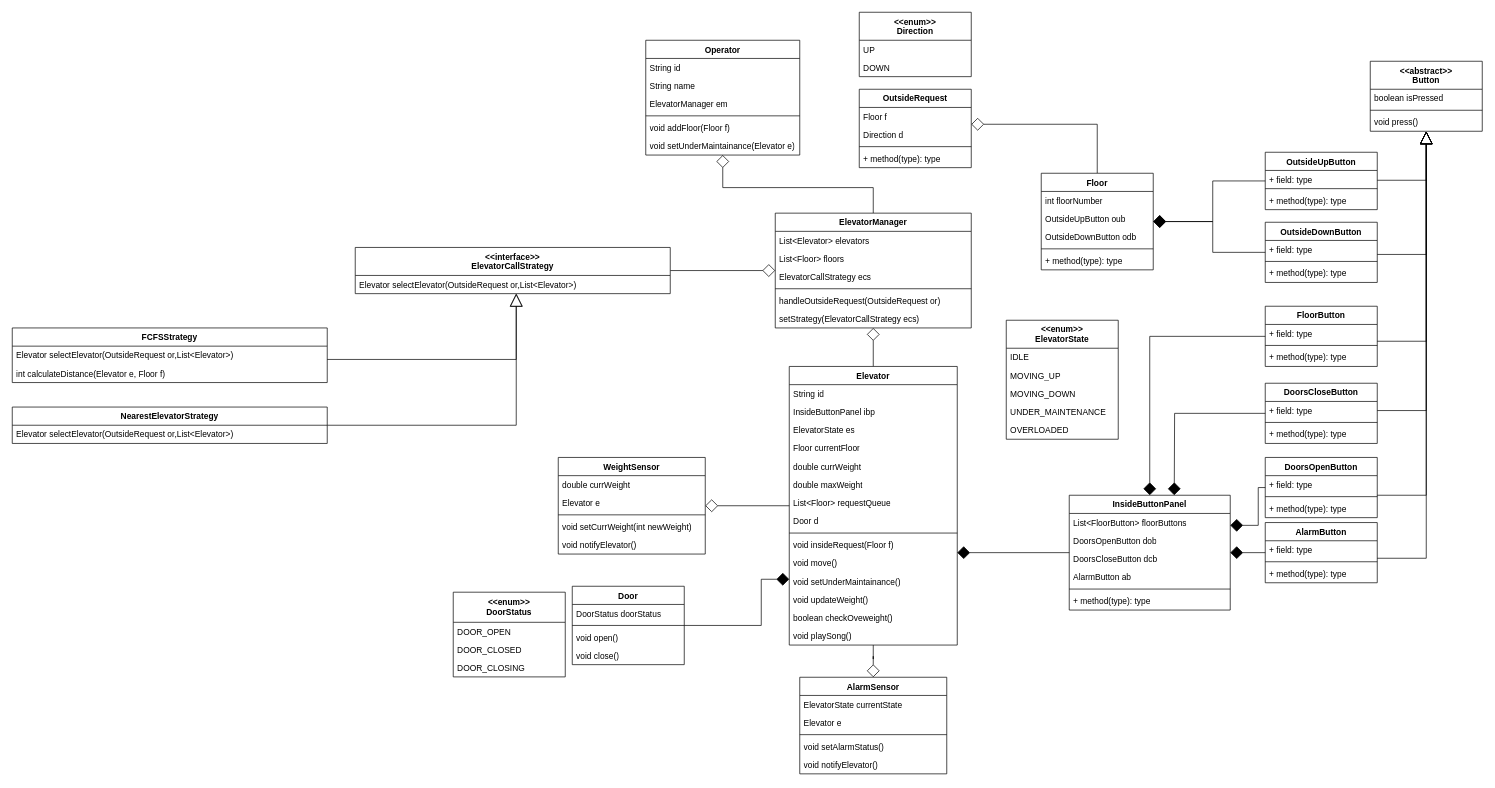
Before: Elevator.drawio in akshat-code21/elevator_lld, a draw.io diagram. Source tidied: cells renumbered, new cells numbered last; positions are measured from the earlier drawing's top-left corner, leaving out a move shared by most shapes. Both pictures are drawn from the tidied source at 70%, with x=0, y=0 at pixel (12, 12).
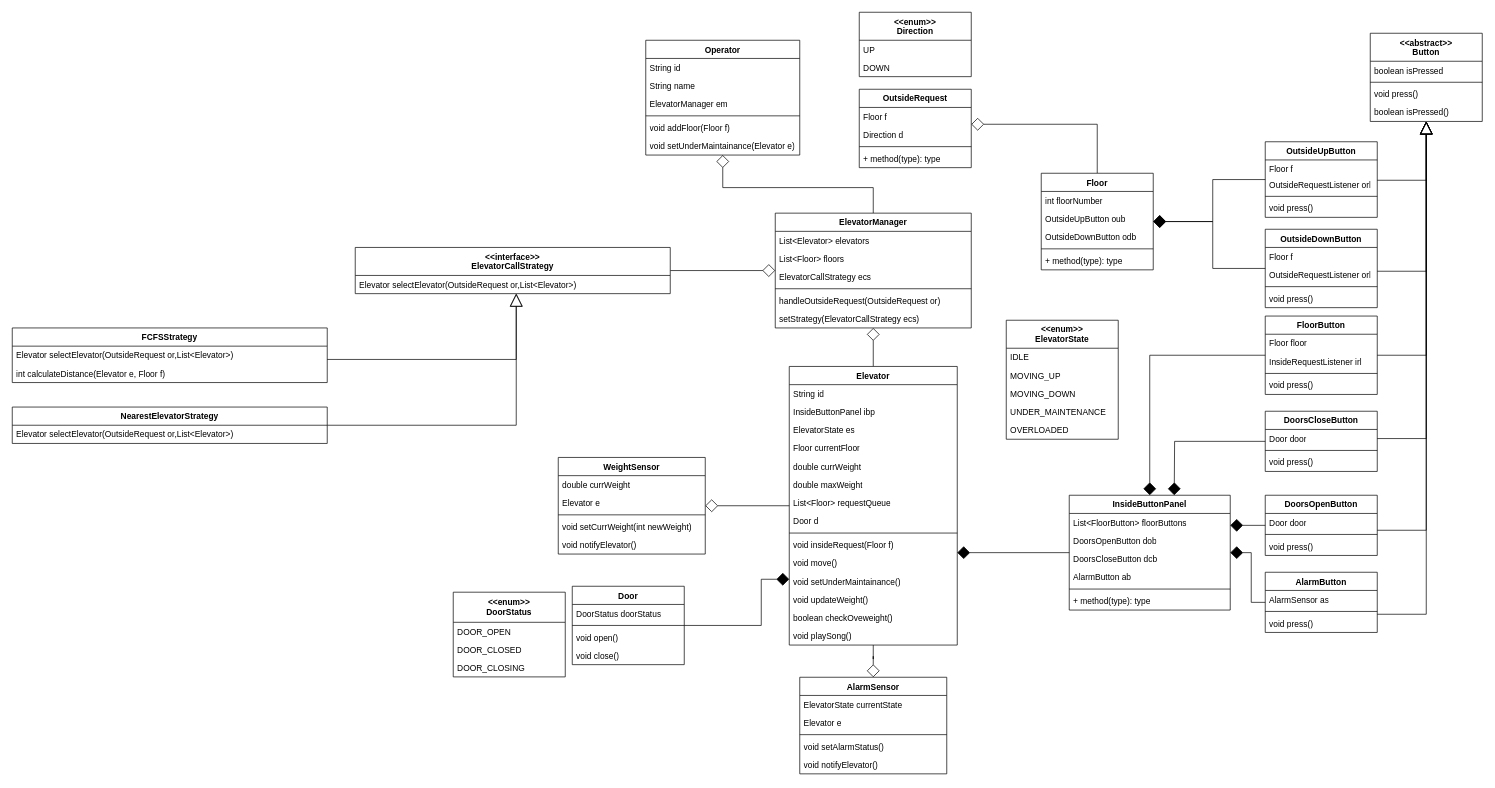
After the change.

Unchanged cells that the change refers to:
```xml
<mxCell id="56" value="InsideButtonPanel" style="swimlane;fontStyle=1;align=center;verticalAlign=top;horizontal=1;startSize=26;whiteSpace=wrap;html=1;" parent="1" vertex="1">
  <mxGeometry x="1510" y="690" width="230" height="164" as="geometry" />
</mxCell>
```

What changed in the source:
```diff
@@
     <mxCell id="21" value="&amp;lt;&amp;lt;abstract&amp;gt;&amp;gt;&lt;div&gt;Button&lt;/div&gt;" style="swimlane;fontStyle=1;align=center;verticalAlign=top;horizontal=1;startSize=40;whiteSpace=wrap;html=1;" parent="1" vertex="1">
-      <mxGeometry x="1940" y="70" width="160" height="100" as="geometry" />
+      <mxGeometry x="1940" y="30" width="160" height="126" as="geometry" />
     </mxCell>
@@
+    <mxCell id="137" value="boolean isPressed()" style="text;strokeColor=none;fillColor=none;align=left;verticalAlign=top;spacingLeft=4;spacingRight=4;overflow=hidden;whiteSpace=wrap;html=1;" parent="21" vertex="1">
+      <mxGeometry y="100" width="160" height="26" as="geometry" />
+    </mxCell>
     <mxCell id="25" style="edgeStyle=orthogonalEdgeStyle;rounded=0;jettySize=auto;html=1;endArrow=block;endFill=0;startSize=16;endSize=16;" parent="1" edge="1" source="27" target="21">
       <mxGeometry relative="1" as="geometry">
         <Array as="points">
-          <mxPoint x="2020" y="346" />
+          <mxPoint x="2020" y="370" />
         </Array>
       </mxGeometry>
     </mxCell>
@@
     <mxCell id="27" value="OutsideDownButton" style="swimlane;fontStyle=1;align=center;verticalAlign=top;horizontal=1;startSize=26;whiteSpace=wrap;html=1;" parent="1" vertex="1">
-      <mxGeometry x="1790" y="300" width="160" height="86" as="geometry" />
+      <mxGeometry x="1790" y="310" width="160" height="112" as="geometry" />
     </mxCell>
-    <mxCell id="28" value="+ field: type" style="text;strokeColor=none;fillColor=none;align=left;verticalAlign=top;spacingLeft=4;spacingRight=4;overflow=hidden;whiteSpace=wrap;html=1;" parent="27" vertex="1">
+    <mxCell id="28" value="Floor f" style="text;strokeColor=none;fillColor=none;align=left;verticalAlign=top;spacingLeft=4;spacingRight=4;overflow=hidden;whiteSpace=wrap;html=1;" parent="27" vertex="1">
       <mxGeometry y="26" width="160" height="26" as="geometry" />
     </mxCell>
+    <mxCell id="138" value="OutsideRequestListener orl" style="text;strokeColor=none;fillColor=none;align=left;verticalAlign=top;spacingLeft=4;spacingRight=4;overflow=hidden;whiteSpace=wrap;html=1;" parent="27" vertex="1">
+      <mxGeometry y="52" width="160" height="26" as="geometry" />
+    </mxCell>
     <mxCell id="29" style="line;strokeWidth=1;fillColor=none;align=left;verticalAlign=middle;spacingTop=-1;spacingLeft=3;spacingRight=3;labelPosition=right;strokeColor=inherit;" parent="27" vertex="1">
-      <mxGeometry y="52" width="160" height="8" as="geometry" />
+      <mxGeometry y="78" width="160" height="8" as="geometry" />
     </mxCell>
-    <mxCell id="30" value="+ method(type): type" style="text;strokeColor=none;fillColor=none;align=left;verticalAlign=top;spacingLeft=4;spacingRight=4;overflow=hidden;whiteSpace=wrap;html=1;" parent="27" vertex="1">
-      <mxGeometry y="60" width="160" height="26" as="geometry" />
-    </mxCell>
+    <mxCell id="139" value="void press()" style="text;strokeColor=none;fillColor=none;align=left;verticalAlign=top;spacingLeft=4;spacingRight=4;overflow=hidden;whiteSpace=wrap;html=1;" parent="27" vertex="1">
+      <mxGeometry y="86" width="160" height="26" as="geometry" />
+    </mxCell>
     <mxCell id="31" style="edgeStyle=orthogonalEdgeStyle;rounded=0;jettySize=auto;html=1;strokeColor=default;align=center;verticalAlign=middle;fontFamily=Helvetica;fontSize=11;fontColor=default;labelBackgroundColor=default;startSize=16;endArrow=block;endFill=0;endSize=16;" parent="1" edge="1" source="33" target="21">
       <mxGeometry relative="1" as="geometry">
         <Array as="points">
-          <mxPoint x="2020" y="470" />
+          <mxPoint x="2020" y="490" />
         </Array>
       </mxGeometry>
     </mxCell>
@@
     <mxCell id="33" value="FloorButton" style="swimlane;fontStyle=1;align=center;verticalAlign=top;horizontal=1;startSize=26;whiteSpace=wrap;html=1;" parent="1" vertex="1">
-      <mxGeometry x="1790" y="420" width="160" height="86" as="geometry" />
+      <mxGeometry x="1790" y="434" width="160" height="112" as="geometry" />
     </mxCell>
-    <mxCell id="34" value="+ field: type" style="text;strokeColor=none;fillColor=none;align=left;verticalAlign=top;spacingLeft=4;spacingRight=4;overflow=hidden;whiteSpace=wrap;html=1;" parent="33" vertex="1">
+    <mxCell id="34" value="Floor floor" style="text;strokeColor=none;fillColor=none;align=left;verticalAlign=top;spacingLeft=4;spacingRight=4;overflow=hidden;whiteSpace=wrap;html=1;" parent="33" vertex="1">
       <mxGeometry y="26" width="160" height="26" as="geometry" />
     </mxCell>
+    <mxCell id="140" value="InsideRequestListener irl" style="text;strokeColor=none;fillColor=none;align=left;verticalAlign=top;spacingLeft=4;spacingRight=4;overflow=hidden;whiteSpace=wrap;html=1;" parent="33" vertex="1">
+      <mxGeometry y="52" width="160" height="26" as="geometry" />
+    </mxCell>
     <mxCell id="35" style="line;strokeWidth=1;fillColor=none;align=left;verticalAlign=middle;spacingTop=-1;spacingLeft=3;spacingRight=3;labelPosition=right;strokeColor=inherit;" parent="33" vertex="1">
-      <mxGeometry y="52" width="160" height="8" as="geometry" />
+      <mxGeometry y="78" width="160" height="8" as="geometry" />
     </mxCell>
-    <mxCell id="36" value="+ method(type): type" style="text;strokeColor=none;fillColor=none;align=left;verticalAlign=top;spacingLeft=4;spacingRight=4;overflow=hidden;whiteSpace=wrap;html=1;" parent="33" vertex="1">
-      <mxGeometry y="60" width="160" height="26" as="geometry" />
+    <mxCell id="36" value="void press()" style="text;strokeColor=none;fillColor=none;align=left;verticalAlign=top;spacingLeft=4;spacingRight=4;overflow=hidden;whiteSpace=wrap;html=1;" parent="33" vertex="1">
+      <mxGeometry y="86" width="160" height="26" as="geometry" />
     </mxCell>
@@
     <mxCell id="38" value="DoorsCloseButton" style="swimlane;fontStyle=1;align=center;verticalAlign=top;horizontal=1;startSize=26;whiteSpace=wrap;html=1;" parent="1" vertex="1">
-      <mxGeometry x="1790" y="530" width="160" height="86" as="geometry" />
+      <mxGeometry x="1790" y="570" width="160" height="86" as="geometry" />
     </mxCell>
-    <mxCell id="39" value="+ field: type" style="text;strokeColor=none;fillColor=none;align=left;verticalAlign=top;spacingLeft=4;spacingRight=4;overflow=hidden;points=[[0,0.5],[1,0.5]];portConstraint=eastwest;whiteSpace=wrap;html=1;" parent="38" vertex="1">
+    <mxCell id="39" value="Door door" style="text;strokeColor=none;fillColor=none;align=left;verticalAlign=top;spacingLeft=4;spacingRight=4;overflow=hidden;points=[[0,0.5],[1,0.5]];portConstraint=eastwest;whiteSpace=wrap;html=1;" parent="38" vertex="1">
       <mxGeometry y="26" width="160" height="26" as="geometry" />
     </mxCell>
@@
-    <mxCell id="41" value="+ method(type): type" style="text;strokeColor=none;fillColor=none;align=left;verticalAlign=top;spacingLeft=4;spacingRight=4;overflow=hidden;whiteSpace=wrap;html=1;" parent="38" vertex="1">
+    <mxCell id="41" value="void press()" style="text;strokeColor=none;fillColor=none;align=left;verticalAlign=top;spacingLeft=4;spacingRight=4;overflow=hidden;whiteSpace=wrap;html=1;" parent="38" vertex="1">
       <mxGeometry y="60" width="160" height="26" as="geometry" />
     </mxCell>
     <mxCell id="42" style="edgeStyle=orthogonalEdgeStyle;rounded=0;jettySize=auto;html=1;strokeColor=default;align=center;verticalAlign=middle;fontFamily=Helvetica;fontSize=11;fontColor=default;labelBackgroundColor=default;startSize=16;endArrow=block;endFill=0;endSize=16;" parent="1" edge="1" source="44" target="21">
       <mxGeometry relative="1" as="geometry">
         <Array as="points">
-          <mxPoint x="2020" y="690" />
+          <mxPoint x="2020" y="740" />
         </Array>
       </mxGeometry>
     </mxCell>
     <mxCell id="43" style="edgeStyle=orthogonalEdgeStyle;rounded=0;jettySize=auto;html=1;strokeColor=default;align=center;verticalAlign=middle;fontFamily=Helvetica;fontSize=11;fontColor=default;labelBackgroundColor=default;startSize=16;endArrow=diamond;endFill=1;endSize=16;" parent="1" edge="1" source="44" target="56">
       <mxGeometry relative="1" as="geometry">
         <Array as="points">
-          <mxPoint x="1780" y="679" />
-          <mxPoint x="1780" y="733" />
+          <mxPoint x="1830" y="733" />
+          <mxPoint x="1830" y="733" />
         </Array>
       </mxGeometry>
     </mxCell>
     <mxCell id="44" value="DoorsOpenButton" style="swimlane;fontStyle=1;align=center;verticalAlign=top;horizontal=1;startSize=26;whiteSpace=wrap;html=1;" parent="1" vertex="1">
-      <mxGeometry x="1790" y="636" width="160" height="86" as="geometry" />
+      <mxGeometry x="1790" y="690" width="160" height="86" as="geometry" />
     </mxCell>
-    <mxCell id="45" value="+ field: type" style="text;strokeColor=none;fillColor=none;align=left;verticalAlign=top;spacingLeft=4;spacingRight=4;overflow=hidden;whiteSpace=wrap;html=1;" parent="44" vertex="1">
+    <mxCell id="45" value="Door door" style="text;strokeColor=none;fillColor=none;align=left;verticalAlign=top;spacingLeft=4;spacingRight=4;overflow=hidden;whiteSpace=wrap;html=1;" parent="44" vertex="1">
       <mxGeometry y="26" width="160" height="26" as="geometry" />
     </mxCell>
@@
-    <mxCell id="47" value="+ method(type): type" style="text;strokeColor=none;fillColor=none;align=left;verticalAlign=top;spacingLeft=4;spacingRight=4;overflow=hidden;whiteSpace=wrap;html=1;" parent="44" vertex="1">
+    <mxCell id="47" value="void press()" style="text;strokeColor=none;fillColor=none;align=left;verticalAlign=top;spacingLeft=4;spacingRight=4;overflow=hidden;whiteSpace=wrap;html=1;" parent="44" vertex="1">
       <mxGeometry y="60" width="160" height="26" as="geometry" />
     </mxCell>
     <mxCell id="48" style="edgeStyle=orthogonalEdgeStyle;rounded=0;jettySize=auto;html=1;strokeColor=default;align=center;verticalAlign=middle;fontFamily=Helvetica;fontSize=11;fontColor=default;labelBackgroundColor=default;startSize=16;endArrow=block;endFill=0;endSize=16;" parent="1" edge="1" source="50" target="21">
       <mxGeometry relative="1" as="geometry">
         <Array as="points">
-          <mxPoint x="2020" y="780" />
+          <mxPoint x="2020" y="860" />
         </Array>
       </mxGeometry>
     </mxCell>
@@
     <mxCell id="50" value="AlarmButton" style="swimlane;fontStyle=1;align=center;verticalAlign=top;horizontal=1;startSize=26;whiteSpace=wrap;html=1;" parent="1" vertex="1">
-      <mxGeometry x="1790" y="729" width="160" height="86" as="geometry" />
+      <mxGeometry x="1790" y="800" width="160" height="86" as="geometry" />
     </mxCell>
-    <mxCell id="51" value="+ field: type" style="text;strokeColor=none;fillColor=none;align=left;verticalAlign=top;spacingLeft=4;spacingRight=4;overflow=hidden;whiteSpace=wrap;html=1;" parent="50" vertex="1">
+    <mxCell id="51" value="AlarmSensor as" style="text;strokeColor=none;fillColor=none;align=left;verticalAlign=top;spacingLeft=4;spacingRight=4;overflow=hidden;whiteSpace=wrap;html=1;" parent="50" vertex="1">
       <mxGeometry y="26" width="160" height="26" as="geometry" />
     </mxCell>
@@
-    <mxCell id="53" value="+ method(type): type" style="text;strokeColor=none;fillColor=none;align=left;verticalAlign=top;spacingLeft=4;spacingRight=4;overflow=hidden;whiteSpace=wrap;html=1;" parent="50" vertex="1">
+    <mxCell id="53" value="void press()" style="text;strokeColor=none;fillColor=none;align=left;verticalAlign=top;spacingLeft=4;spacingRight=4;overflow=hidden;whiteSpace=wrap;html=1;" parent="50" vertex="1">
       <mxGeometry y="60" width="160" height="26" as="geometry" />
     </mxCell>
@@
     <mxCell id="78" value="OutsideUpButton" style="swimlane;fontStyle=1;align=center;verticalAlign=top;horizontal=1;startSize=26;whiteSpace=wrap;html=1;" parent="1" vertex="1">
-      <mxGeometry x="1790" y="200" width="160" height="82" as="geometry" />
+      <mxGeometry x="1790" y="185" width="160" height="108" as="geometry" />
     </mxCell>
-    <mxCell id="79" value="+ field: type" style="text;strokeColor=none;fillColor=none;align=left;verticalAlign=top;spacingLeft=4;spacingRight=4;overflow=hidden;whiteSpace=wrap;html=1;" parent="78" vertex="1">
+    <mxCell id="79" value="Floor f" style="text;strokeColor=none;fillColor=none;align=left;verticalAlign=top;spacingLeft=4;spacingRight=4;overflow=hidden;whiteSpace=wrap;html=1;" parent="78" vertex="1">
       <mxGeometry y="26" width="160" height="22" as="geometry" />
     </mxCell>
+    <mxCell id="141" value="OutsideRequestListener orl" style="text;strokeColor=none;fillColor=none;align=left;verticalAlign=top;spacingLeft=4;spacingRight=4;overflow=hidden;whiteSpace=wrap;html=1;" parent="78" vertex="1">
+      <mxGeometry y="48" width="160" height="26" as="geometry" />
+    </mxCell>
     <mxCell id="80" style="line;strokeWidth=1;fillColor=none;align=left;verticalAlign=middle;spacingTop=-1;spacingLeft=3;spacingRight=3;labelPosition=right;strokeColor=inherit;" parent="78" vertex="1">
-      <mxGeometry y="48" width="160" height="8" as="geometry" />
+      <mxGeometry y="74" width="160" height="8" as="geometry" />
     </mxCell>
-    <mxCell id="81" value="+ method(type): type" style="text;strokeColor=none;fillColor=none;align=left;verticalAlign=top;spacingLeft=4;spacingRight=4;overflow=hidden;whiteSpace=wrap;html=1;" parent="78" vertex="1">
-      <mxGeometry y="56" width="160" height="26" as="geometry" />
+    <mxCell id="81" value="void press()" style="text;strokeColor=none;fillColor=none;align=left;verticalAlign=top;spacingLeft=4;spacingRight=4;overflow=hidden;whiteSpace=wrap;html=1;" parent="78" vertex="1">
+      <mxGeometry y="82" width="160" height="26" as="geometry" />
     </mxCell>
```
